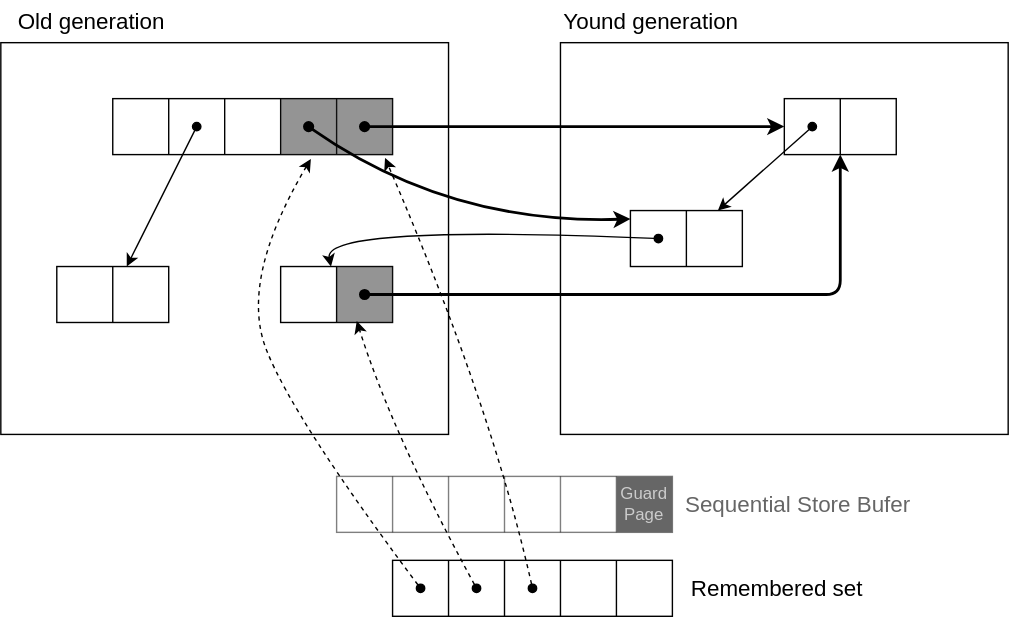
Earlier version of the draw.io export assets/img/lecture_materials/GarbageCollection/ch7/remembered_set_from_ssb.drawio.svg (drop-stones/slides). Source tidied: cells renumbered, new cells last; positions are measured from the earlier drawing's top-left corner, leaving out a move shared by most shapes. The source it was exported from:
```xml
<mxGraphModel>
  <root>
    <mxCell id="0" />
    <mxCell id="1" parent="0" />
    <mxCell id="2" style="rounded=0;whiteSpace=wrap;html=1;fillColor=none;" parent="1" vertex="1">
      <mxGeometry y="30" width="320" height="280" as="geometry" />
    </mxCell>
    <mxCell id="3" style="rounded=0;whiteSpace=wrap;html=1;fillColor=none;" parent="1" vertex="1">
      <mxGeometry x="400" y="30" width="320" height="280" as="geometry" />
    </mxCell>
    <mxCell id="4" value="&lt;font style=&quot;font-size: 16px&quot;&gt;Old generation&lt;/font&gt;" style="text;html=1;strokeColor=none;fillColor=none;align=center;verticalAlign=middle;whiteSpace=wrap;rounded=0;" parent="1" vertex="1">
      <mxGeometry width="130" height="30" as="geometry" />
    </mxCell>
    <mxCell id="5" value="&lt;font style=&quot;font-size: 16px&quot;&gt;Yound generation&lt;/font&gt;" style="text;html=1;strokeColor=none;fillColor=none;align=center;verticalAlign=middle;whiteSpace=wrap;rounded=0;" parent="1" vertex="1">
      <mxGeometry x="400" width="130" height="30" as="geometry" />
    </mxCell>
    <mxCell id="6" style="shape=table;startSize=0;fillColor=none;" parent="1" vertex="1">
      <mxGeometry x="560" y="70" width="80" height="40" as="geometry" />
    </mxCell>
    <mxCell id="7" style="shape=partialRectangle;fillColor=none;top=0;left=0;bottom=0;right=0;points=[[0,0.5],[1,0.5]];portConstraint=eastwest;" parent="6" vertex="1">
      <mxGeometry width="80" height="40" as="geometry" />
    </mxCell>
    <mxCell id="8" style="shape=partialRectangle;html=1;whiteSpace=wrap;overflow=hidden;fillColor=none;top=0;left=0;bottom=0;right=0;" parent="7" vertex="1">
      <mxGeometry width="40" height="40" as="geometry" />
    </mxCell>
    <mxCell id="9" style="shape=partialRectangle;html=1;whiteSpace=wrap;overflow=hidden;fillColor=none;top=0;left=0;bottom=0;right=0;" parent="7" vertex="1">
      <mxGeometry x="40" width="40" height="40" as="geometry" />
    </mxCell>
    <mxCell id="10" style="shape=table;startSize=0;fillColor=none;" parent="1" vertex="1">
      <mxGeometry x="450" y="150" width="80" height="40" as="geometry" />
    </mxCell>
    <mxCell id="11" style="shape=partialRectangle;fillColor=none;top=0;left=0;bottom=0;right=0;points=[[0,0.5],[1,0.5]];portConstraint=eastwest;" parent="10" vertex="1">
      <mxGeometry width="80" height="40" as="geometry" />
    </mxCell>
    <mxCell id="12" style="shape=partialRectangle;html=1;whiteSpace=wrap;overflow=hidden;fillColor=none;top=0;left=0;bottom=0;right=0;" parent="11" vertex="1">
      <mxGeometry width="40" height="40" as="geometry" />
    </mxCell>
    <mxCell id="13" style="shape=partialRectangle;html=1;whiteSpace=wrap;overflow=hidden;fillColor=none;top=0;left=0;bottom=0;right=0;" parent="11" vertex="1">
      <mxGeometry x="40" width="40" height="40" as="geometry" />
    </mxCell>
    <mxCell id="14" style="shape=table;startSize=0;fillColor=none;" parent="1" vertex="1">
      <mxGeometry x="80" y="70" width="200" height="40" as="geometry" />
    </mxCell>
    <mxCell id="15" style="shape=partialRectangle;fillColor=none;top=0;left=0;bottom=0;right=0;points=[[0,0.5],[1,0.5]];portConstraint=eastwest;" parent="14" vertex="1">
      <mxGeometry width="200" height="40" as="geometry" />
    </mxCell>
    <mxCell id="16" style="shape=partialRectangle;html=1;whiteSpace=wrap;overflow=hidden;fillColor=none;top=0;left=0;bottom=0;right=0;" parent="15" vertex="1">
      <mxGeometry width="40" height="40" as="geometry" />
    </mxCell>
    <mxCell id="17" style="shape=partialRectangle;html=1;whiteSpace=wrap;overflow=hidden;fillColor=none;top=0;left=0;bottom=0;right=0;" parent="15" vertex="1">
      <mxGeometry x="40" width="40" height="40" as="geometry" />
    </mxCell>
    <mxCell id="18" style="shape=partialRectangle;html=1;whiteSpace=wrap;overflow=hidden;fillColor=none;top=0;left=0;bottom=0;right=0;" parent="15" vertex="1">
      <mxGeometry x="80" width="40" height="40" as="geometry" />
    </mxCell>
    <mxCell id="19" style="shape=partialRectangle;html=1;whiteSpace=wrap;overflow=hidden;fillColor=#2A2A2A;top=0;left=0;bottom=0;right=0;opacity=50;" parent="15" vertex="1">
      <mxGeometry x="120" width="40" height="40" as="geometry" />
    </mxCell>
    <mxCell id="20" style="shape=partialRectangle;html=1;whiteSpace=wrap;overflow=hidden;fillColor=#2A2A2A;top=0;left=0;bottom=0;right=0;opacity=50;" parent="15" vertex="1">
      <mxGeometry x="160" width="40" height="40" as="geometry" />
    </mxCell>
    <mxCell id="21" style="shape=table;startSize=0;fillColor=none;" parent="1" vertex="1">
      <mxGeometry x="40" y="190" width="80" height="40" as="geometry" />
    </mxCell>
    <mxCell id="22" style="shape=partialRectangle;fillColor=none;top=0;left=0;bottom=0;right=0;points=[[0,0.5],[1,0.5]];portConstraint=eastwest;" parent="21" vertex="1">
      <mxGeometry width="80" height="40" as="geometry" />
    </mxCell>
    <mxCell id="23" style="shape=partialRectangle;html=1;whiteSpace=wrap;overflow=hidden;fillColor=none;top=0;left=0;bottom=0;right=0;" parent="22" vertex="1">
      <mxGeometry width="40" height="40" as="geometry" />
    </mxCell>
    <mxCell id="24" style="shape=partialRectangle;html=1;whiteSpace=wrap;overflow=hidden;fillColor=none;top=0;left=0;bottom=0;right=0;" parent="22" vertex="1">
      <mxGeometry x="40" width="40" height="40" as="geometry" />
    </mxCell>
    <mxCell id="25" style="endArrow=classic;html=1;startArrow=oval;startFill=1;" parent="1" edge="1" target="11">
      <mxGeometry relative="1" as="geometry">
        <mxPoint x="580" y="90" as="sourcePoint" />
      </mxGeometry>
    </mxCell>
    <mxCell id="26" style="endArrow=classic;html=1;entryX=0;entryY=0.5;entryDx=0;entryDy=0;startArrow=oval;startFill=1;strokeWidth=2;" parent="1" edge="1" target="7">
      <mxGeometry relative="1" as="geometry">
        <mxPoint x="260" y="90" as="sourcePoint" />
      </mxGeometry>
    </mxCell>
    <mxCell id="27" style="endArrow=classic;html=1;startArrow=oval;startFill=1;" parent="1" edge="1" target="22">
      <mxGeometry relative="1" as="geometry">
        <mxPoint x="140" y="90" as="sourcePoint" />
      </mxGeometry>
    </mxCell>
    <mxCell id="28" style="shape=table;startSize=0;fillColor=none;" parent="1" vertex="1">
      <mxGeometry x="200" y="190" width="80" height="40" as="geometry" />
    </mxCell>
    <mxCell id="29" style="shape=partialRectangle;fillColor=none;top=0;left=0;bottom=0;right=0;points=[[0,0.5],[1,0.5]];portConstraint=eastwest;" parent="28" vertex="1">
      <mxGeometry width="80" height="40" as="geometry" />
    </mxCell>
    <mxCell id="30" style="shape=partialRectangle;html=1;whiteSpace=wrap;overflow=hidden;fillColor=none;top=0;left=0;bottom=0;right=0;" parent="29" vertex="1">
      <mxGeometry width="40" height="40" as="geometry" />
    </mxCell>
    <mxCell id="31" style="shape=partialRectangle;html=1;whiteSpace=wrap;overflow=hidden;fillColor=#2A2A2A;top=0;left=0;bottom=0;right=0;gradientColor=none;opacity=50;" parent="29" vertex="1">
      <mxGeometry x="40" width="40" height="40" as="geometry" />
    </mxCell>
    <mxCell id="32" style="endArrow=classic;html=1;curved=1;startArrow=oval;startFill=1;entryX=0.001;entryY=0.149;entryDx=0;entryDy=0;entryPerimeter=0;strokeWidth=2;" parent="1" edge="1" target="11">
      <mxGeometry relative="1" as="geometry">
        <mxPoint x="220" y="90" as="sourcePoint" />
        <Array as="points">
          <mxPoint x="320" y="160" />
        </Array>
      </mxGeometry>
    </mxCell>
    <mxCell id="33" style="endArrow=classic;html=1;curved=1;startArrow=oval;startFill=1;" parent="1" edge="1" target="29">
      <mxGeometry relative="1" as="geometry">
        <mxPoint x="470" y="170" as="sourcePoint" />
        <Array as="points">
          <mxPoint x="230" y="160" />
        </Array>
      </mxGeometry>
    </mxCell>
    <mxCell id="34" style="endArrow=classic;html=1;rounded=1;startArrow=oval;startFill=1;strokeWidth=2;" parent="1" edge="1" target="7">
      <mxGeometry relative="1" as="geometry">
        <mxPoint x="260" y="210" as="sourcePoint" />
        <Array as="points">
          <mxPoint x="600" y="210" />
        </Array>
      </mxGeometry>
    </mxCell>
    <mxCell id="35" style="shape=table;startSize=0;fillColor=none;opacity=50;" parent="1" vertex="1">
      <mxGeometry x="240" y="340" width="240" height="40" as="geometry" />
    </mxCell>
    <mxCell id="36" style="shape=partialRectangle;fillColor=none;top=0;left=0;bottom=0;right=0;" parent="35" vertex="1">
      <mxGeometry width="240" height="40" as="geometry" />
    </mxCell>
    <mxCell id="37" style="shape=partialRectangle;html=1;whiteSpace=wrap;overflow=hidden;fillColor=none;top=0;left=0;bottom=0;right=0;" parent="36" vertex="1">
      <mxGeometry width="40" height="40" as="geometry" />
    </mxCell>
    <mxCell id="38" style="shape=partialRectangle;html=1;whiteSpace=wrap;overflow=hidden;fillColor=none;top=0;left=0;bottom=0;right=0;" parent="36" vertex="1">
      <mxGeometry x="40" width="40" height="40" as="geometry" />
    </mxCell>
    <mxCell id="39" style="shape=partialRectangle;html=1;whiteSpace=wrap;overflow=hidden;fillColor=none;top=0;left=0;bottom=0;right=0;" parent="36" vertex="1">
      <mxGeometry x="80" width="40" height="40" as="geometry" />
    </mxCell>
    <mxCell id="40" style="shape=partialRectangle;html=1;whiteSpace=wrap;overflow=hidden;fillColor=none;top=0;left=0;bottom=0;right=0;" parent="36" vertex="1">
      <mxGeometry x="120" width="40" height="40" as="geometry" />
    </mxCell>
    <mxCell id="41" style="shape=partialRectangle;html=1;whiteSpace=wrap;overflow=hidden;fillColor=none;top=0;left=0;bottom=0;right=0;" parent="36" vertex="1">
      <mxGeometry x="160" width="40" height="40" as="geometry" />
    </mxCell>
    <mxCell id="42" value="&lt;font color=&quot;#cccccc&quot;&gt;Guard&lt;br&gt;Page&lt;/font&gt;" style="shape=partialRectangle;html=1;whiteSpace=wrap;overflow=hidden;fillColor=#666666;top=0;left=0;bottom=0;right=0;fontColor=#FFFFFF;" parent="36" vertex="1">
      <mxGeometry x="200" width="40" height="40" as="geometry" />
    </mxCell>
    <mxCell id="43" style="endArrow=classic;html=1;startArrow=oval;startFill=1;entryX=0.708;entryY=1.079;entryDx=0;entryDy=0;curved=1;dashed=1;entryPerimeter=0;" parent="1" edge="1" target="15">
      <mxGeometry relative="1" as="geometry">
        <mxPoint x="300" y="420" as="sourcePoint" />
        <Array as="points">
          <mxPoint x="210" y="300" />
          <mxPoint x="170" y="200" />
        </Array>
      </mxGeometry>
    </mxCell>
    <mxCell id="44" style="endArrow=classic;html=1;startArrow=oval;startFill=1;curved=1;dashed=1;entryX=0.68;entryY=0.975;entryDx=0;entryDy=0;entryPerimeter=0;" parent="1" edge="1" target="29">
      <mxGeometry relative="1" as="geometry">
        <mxPoint x="340" y="420" as="sourcePoint" />
        <Array as="points">
          <mxPoint x="280" y="310" />
        </Array>
      </mxGeometry>
    </mxCell>
    <mxCell id="45" value="&lt;font style=&quot;font-size: 16px&quot; color=&quot;#666666&quot;&gt;Sequential Store Bufer&lt;/font&gt;" style="text;html=1;strokeColor=none;fillColor=none;align=center;verticalAlign=middle;whiteSpace=wrap;rounded=0;" parent="1" vertex="1">
      <mxGeometry x="480" y="345" width="180" height="30" as="geometry" />
    </mxCell>
    <mxCell id="46" style="shape=table;startSize=0;fillColor=none;" parent="1" vertex="1">
      <mxGeometry x="280" y="400" width="200" height="40" as="geometry" />
    </mxCell>
    <mxCell id="47" style="shape=partialRectangle;fillColor=none;top=0;left=0;bottom=0;right=0;" parent="46" vertex="1">
      <mxGeometry width="200" height="40" as="geometry" />
    </mxCell>
    <mxCell id="48" style="shape=partialRectangle;html=1;whiteSpace=wrap;overflow=hidden;fillColor=none;top=0;left=0;bottom=0;right=0;" parent="47" vertex="1">
      <mxGeometry width="40" height="40" as="geometry" />
    </mxCell>
    <mxCell id="49" style="shape=partialRectangle;html=1;whiteSpace=wrap;overflow=hidden;fillColor=none;top=0;left=0;bottom=0;right=0;" parent="47" vertex="1">
      <mxGeometry x="40" width="40" height="40" as="geometry" />
    </mxCell>
    <mxCell id="50" style="shape=partialRectangle;html=1;whiteSpace=wrap;overflow=hidden;fillColor=none;top=0;left=0;bottom=0;right=0;" parent="47" vertex="1">
      <mxGeometry x="80" width="40" height="40" as="geometry" />
    </mxCell>
    <mxCell id="51" style="shape=partialRectangle;html=1;whiteSpace=wrap;overflow=hidden;fillColor=none;top=0;left=0;bottom=0;right=0;" parent="47" vertex="1">
      <mxGeometry x="120" width="40" height="40" as="geometry" />
    </mxCell>
    <mxCell id="52" style="shape=partialRectangle;html=1;whiteSpace=wrap;overflow=hidden;fillColor=none;top=0;left=0;bottom=0;right=0;opacity=50;" parent="47" vertex="1">
      <mxGeometry x="160" width="40" height="40" as="geometry" />
    </mxCell>
    <mxCell id="53" value="&lt;font style=&quot;font-size: 16px&quot; color=&quot;#000000&quot;&gt;Remembered set&lt;/font&gt;" style="text;html=1;strokeColor=none;fillColor=none;align=center;verticalAlign=middle;whiteSpace=wrap;rounded=0;opacity=50;" parent="1" vertex="1">
      <mxGeometry x="480" y="405" width="150" height="30" as="geometry" />
    </mxCell>
    <mxCell id="54" style="endArrow=classic;html=1;startArrow=oval;startFill=1;curved=1;dashed=1;entryX=0.973;entryY=1.059;entryDx=0;entryDy=0;entryPerimeter=0;" parent="1" edge="1" target="15">
      <mxGeometry relative="1" as="geometry">
        <mxPoint x="380" y="420" as="sourcePoint" />
        <Array as="points">
          <mxPoint x="350.5" y="288.5" />
        </Array>
      </mxGeometry>
    </mxCell>
  </root>
</mxGraphModel>
```
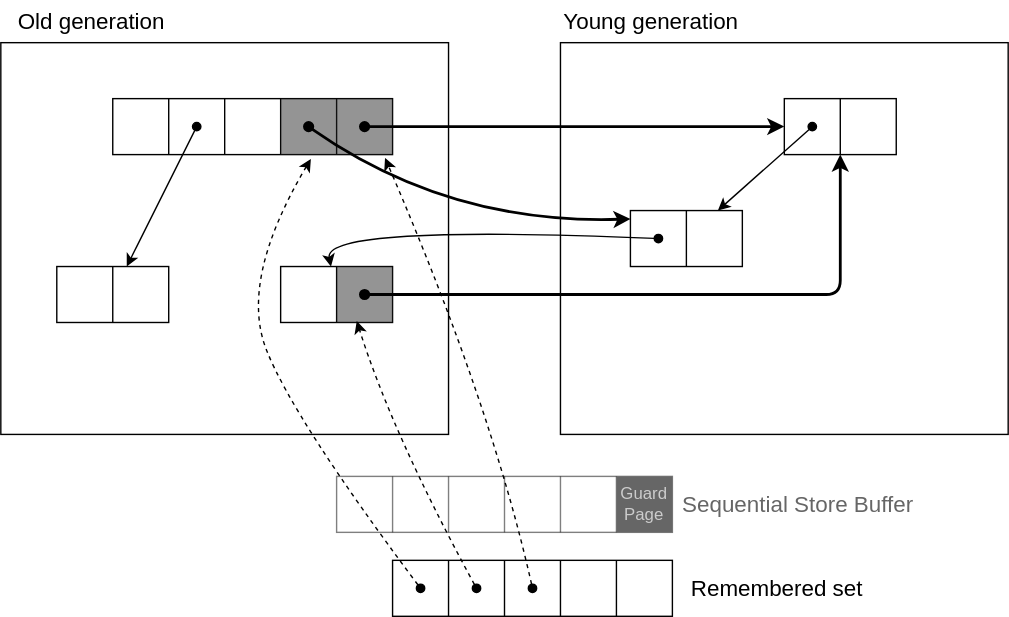
The same diagram one commit later.

Diff of the diagram source:
```diff
@@ -11,7 +11,7 @@
     <mxCell id="4" value="&lt;font style=&quot;font-size: 16px&quot;&gt;Old generation&lt;/font&gt;" style="text;html=1;strokeColor=none;fillColor=none;align=center;verticalAlign=middle;whiteSpace=wrap;rounded=0;" parent="1" vertex="1">
       <mxGeometry width="130" height="30" as="geometry" />
     </mxCell>
-    <mxCell id="5" value="&lt;font style=&quot;font-size: 16px&quot;&gt;Yound generation&lt;/font&gt;" style="text;html=1;strokeColor=none;fillColor=none;align=center;verticalAlign=middle;whiteSpace=wrap;rounded=0;" parent="1" vertex="1">
+    <mxCell id="5" value="&lt;font style=&quot;font-size: 16px&quot;&gt;Young generation&lt;/font&gt;" style="text;html=1;strokeColor=none;fillColor=none;align=center;verticalAlign=middle;whiteSpace=wrap;rounded=0;" parent="1" vertex="1">
       <mxGeometry x="400" width="130" height="30" as="geometry" />
     </mxCell>
     <mxCell id="6" style="shape=table;startSize=0;fillColor=none;" parent="1" vertex="1">
@@ -163,7 +163,7 @@
         </Array>
       </mxGeometry>
     </mxCell>
-    <mxCell id="45" value="&lt;font style=&quot;font-size: 16px&quot; color=&quot;#666666&quot;&gt;Sequential Store Bufer&lt;/font&gt;" style="text;html=1;strokeColor=none;fillColor=none;align=center;verticalAlign=middle;whiteSpace=wrap;rounded=0;" parent="1" vertex="1">
+    <mxCell id="45" value="&lt;font style=&quot;font-size: 16px&quot; color=&quot;#666666&quot;&gt;Sequential Store Buffer&lt;/font&gt;" style="text;html=1;strokeColor=none;fillColor=none;align=center;verticalAlign=middle;whiteSpace=wrap;rounded=0;" parent="1" vertex="1">
       <mxGeometry x="480" y="345" width="180" height="30" as="geometry" />
     </mxCell>
     <mxCell id="46" style="shape=table;startSize=0;fillColor=none;" parent="1" vertex="1">
```
